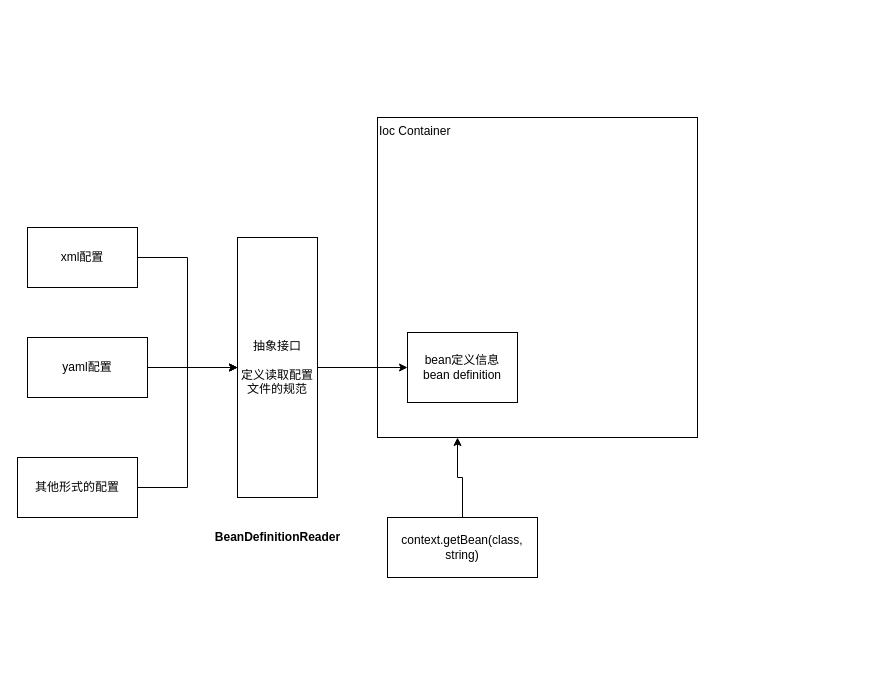
Above: java/IOC.drawio in shizimin123/draw (draw.io), before the change. Source tidied: cells renumbered, new cells numbered last; positions are measured from the earlier drawing's top-left corner, leaving out a move shared by most shapes. Both pictures are drawn from the tidied source at 100%, with x=0, y=0 at pixel (17, 117).
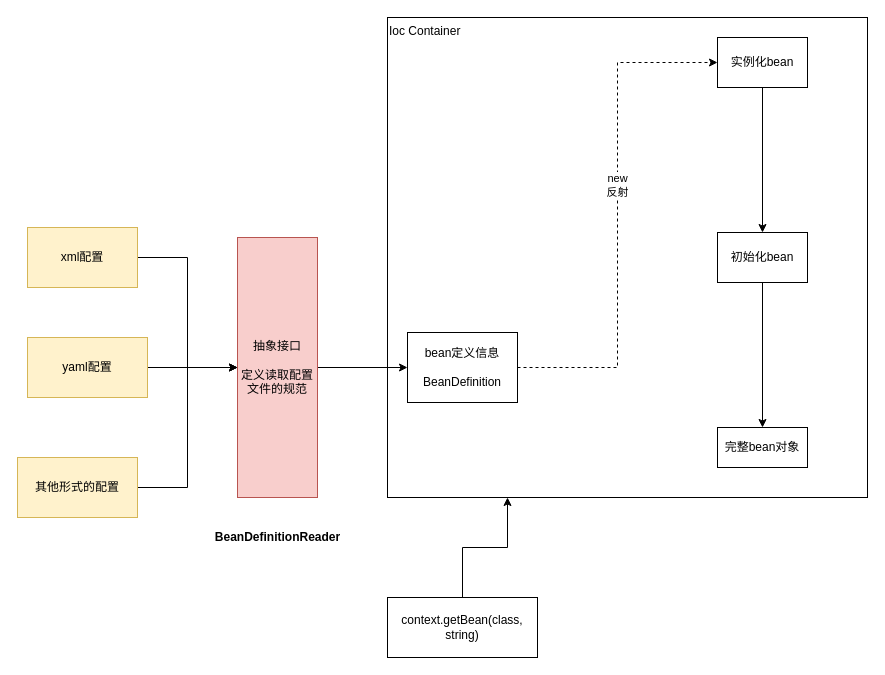
The same page after the edit.

The edit, as a diff of the source:
```diff
@@
     <mxCell id="2" value="Ioc Container" style="whiteSpace=wrap;html=1;align=left;verticalAlign=top;" parent="1" vertex="1">
-      <mxGeometry x="360" width="320" height="320" as="geometry" />
+      <mxGeometry x="370" y="-100" width="480" height="480" as="geometry" />
     </mxCell>
@@
     <mxCell id="4" value="context.getBean(class,&lt;br&gt;string)" style="rounded=0;whiteSpace=wrap;html=1;" parent="1" vertex="1">
-      <mxGeometry x="370" y="400" width="150" height="60" as="geometry" />
+      <mxGeometry x="370" y="480" width="150" height="60" as="geometry" />
     </mxCell>
@@
-    <mxCell id="6" value="xml配置" style="rounded=0;whiteSpace=wrap;html=1;" parent="1" vertex="1">
+    <mxCell id="6" value="xml配置" style="rounded=0;whiteSpace=wrap;html=1;fillColor=#fff2cc;strokeColor=#d6b656;" parent="1" vertex="1">
       <mxGeometry x="10" y="110" width="110" height="60" as="geometry" />
     </mxCell>
@@
-    <mxCell id="8" value="yaml配置" style="rounded=0;whiteSpace=wrap;html=1;" parent="1" vertex="1">
+    <mxCell id="8" value="yaml配置" style="rounded=0;whiteSpace=wrap;html=1;fillColor=#fff2cc;strokeColor=#d6b656;" parent="1" vertex="1">
       <mxGeometry x="10" y="220" width="120" height="60" as="geometry" />
     </mxCell>
@@
-    <mxCell id="10" value="抽象接口&lt;br&gt;&lt;br&gt;定义读取配置文件的规范" style="rounded=0;whiteSpace=wrap;html=1;" parent="1" vertex="1">
+    <mxCell id="10" value="抽象接口&lt;br&gt;&lt;br&gt;定义读取配置文件的规范" style="rounded=0;whiteSpace=wrap;html=1;fillColor=#f8cecc;strokeColor=#b85450;" parent="1" vertex="1">
       <mxGeometry x="220" y="120" width="80" height="260" as="geometry" />
     </mxCell>
@@
-    <mxCell id="12" value="其他形式的配置" style="rounded=0;whiteSpace=wrap;html=1;" parent="1" vertex="1">
+    <mxCell id="12" value="其他形式的配置" style="rounded=0;whiteSpace=wrap;html=1;fillColor=#fff2cc;strokeColor=#d6b656;" parent="1" vertex="1">
       <mxGeometry y="340" width="120" height="60" as="geometry" />
     </mxCell>
+    <mxCell id="15" style="edgeStyle=orthogonalEdgeStyle;rounded=0;jettySize=auto;html=1;exitX=0.5;exitY=0;exitDx=0;exitDy=0;entryX=0;entryY=0.5;entryDx=0;entryDy=0;dashed=1;" parent="1" edge="1" source="13" target="18">
+      <mxGeometry relative="1" as="geometry" />
+    </mxCell>
+    <mxCell id="16" value="new&lt;br&gt;反射" style="edgeLabel;html=1;align=center;verticalAlign=middle;" parent="15" vertex="1">
+      <mxGeometry x="0.12" y="1" relative="1" as="geometry" />
+    </mxCell>
-    <mxCell id="13" value="bean定义信息&lt;br&gt;bean definition" style="rounded=0;whiteSpace=wrap;html=1;direction=south;" parent="1" vertex="1">
+    <mxCell id="13" value="bean定义信息&lt;br&gt;&lt;br&gt;BeanDefinition" style="rounded=0;whiteSpace=wrap;html=1;direction=south;" parent="1" vertex="1">
       <mxGeometry x="390" y="215" width="110" height="70" as="geometry" />
     </mxCell>
@@
+    <mxCell id="17" style="rounded=0;jettySize=auto;html=1;exitX=0.5;exitY=1;exitDx=0;exitDy=0;entryX=0.5;entryY=0;entryDx=0;entryDy=0;" parent="1" edge="1" source="18" target="20">
+      <mxGeometry relative="1" as="geometry" />
+    </mxCell>
+    <mxCell id="18" value="实例化bean" style="rounded=0;whiteSpace=wrap;html=1;" parent="1" vertex="1">
+      <mxGeometry x="700" y="-80" width="90" height="50" as="geometry" />
+    </mxCell>
+    <mxCell id="19" style="edgeStyle=none;rounded=0;jettySize=auto;html=1;exitX=0.5;exitY=1;exitDx=0;exitDy=0;entryX=0.5;entryY=0;entryDx=0;entryDy=0;" parent="1" edge="1" source="20" target="21">
+      <mxGeometry relative="1" as="geometry" />
+    </mxCell>
+    <mxCell id="20" value="初始化bean" style="rounded=0;whiteSpace=wrap;html=1;" parent="1" vertex="1">
+      <mxGeometry x="700" y="115" width="90" height="50" as="geometry" />
+    </mxCell>
+    <mxCell id="21" value="完整bean对象" style="rounded=0;whiteSpace=wrap;html=1;" parent="1" vertex="1">
+      <mxGeometry x="700" y="310" width="90" height="40" as="geometry" />
+    </mxCell>
```
